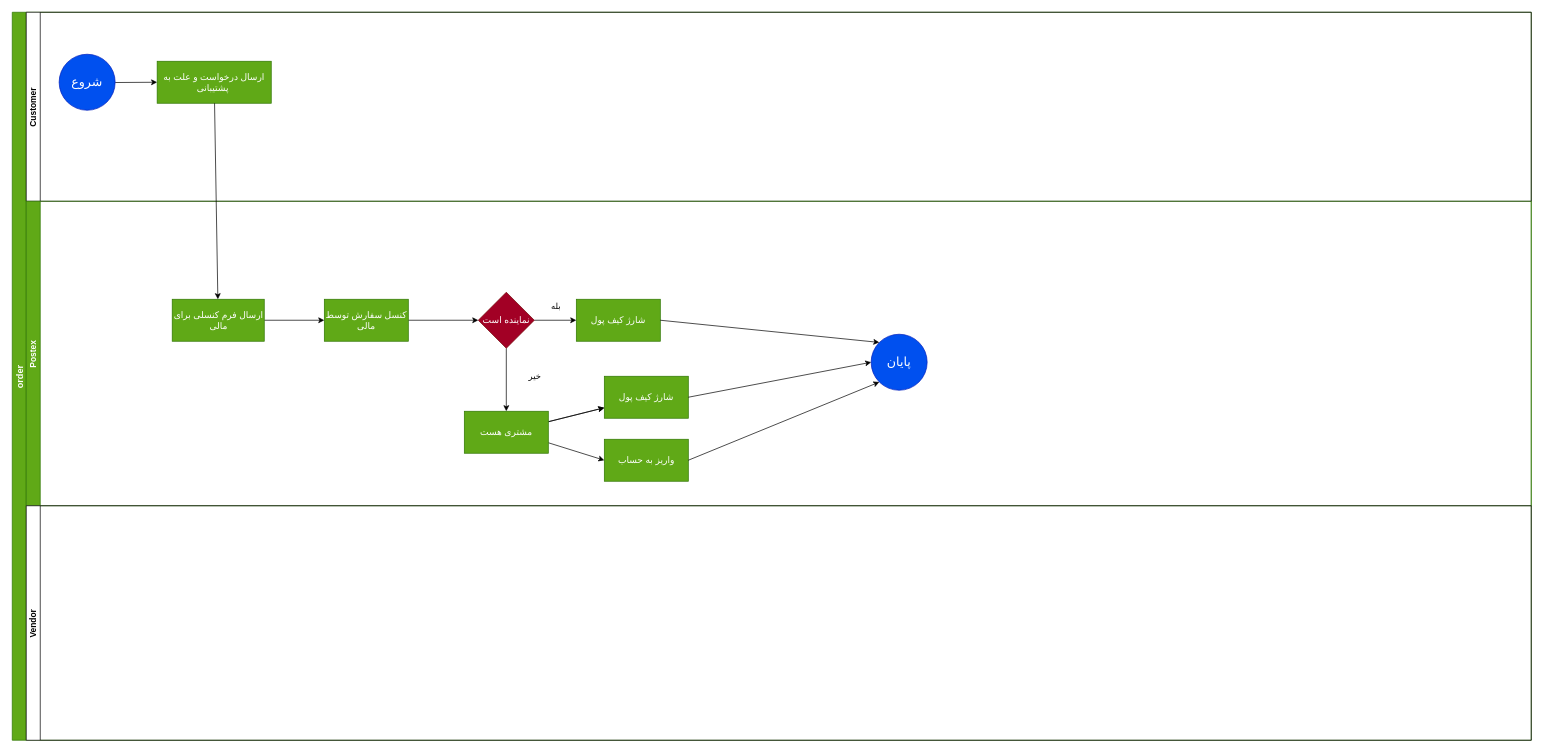
behrangaghili/Postex-Documents_Diagrams keeps this draw.io diagram as cancel order.drawio. Above is the earlier version. Source tidied: cells renumbered, new cells numbered last; positions are measured from the earlier drawing's top-left corner, leaving out a move shared by most shapes. Both pictures are drawn from the tidied source at 70%, with x=0, y=0 at pixel (12, 12).
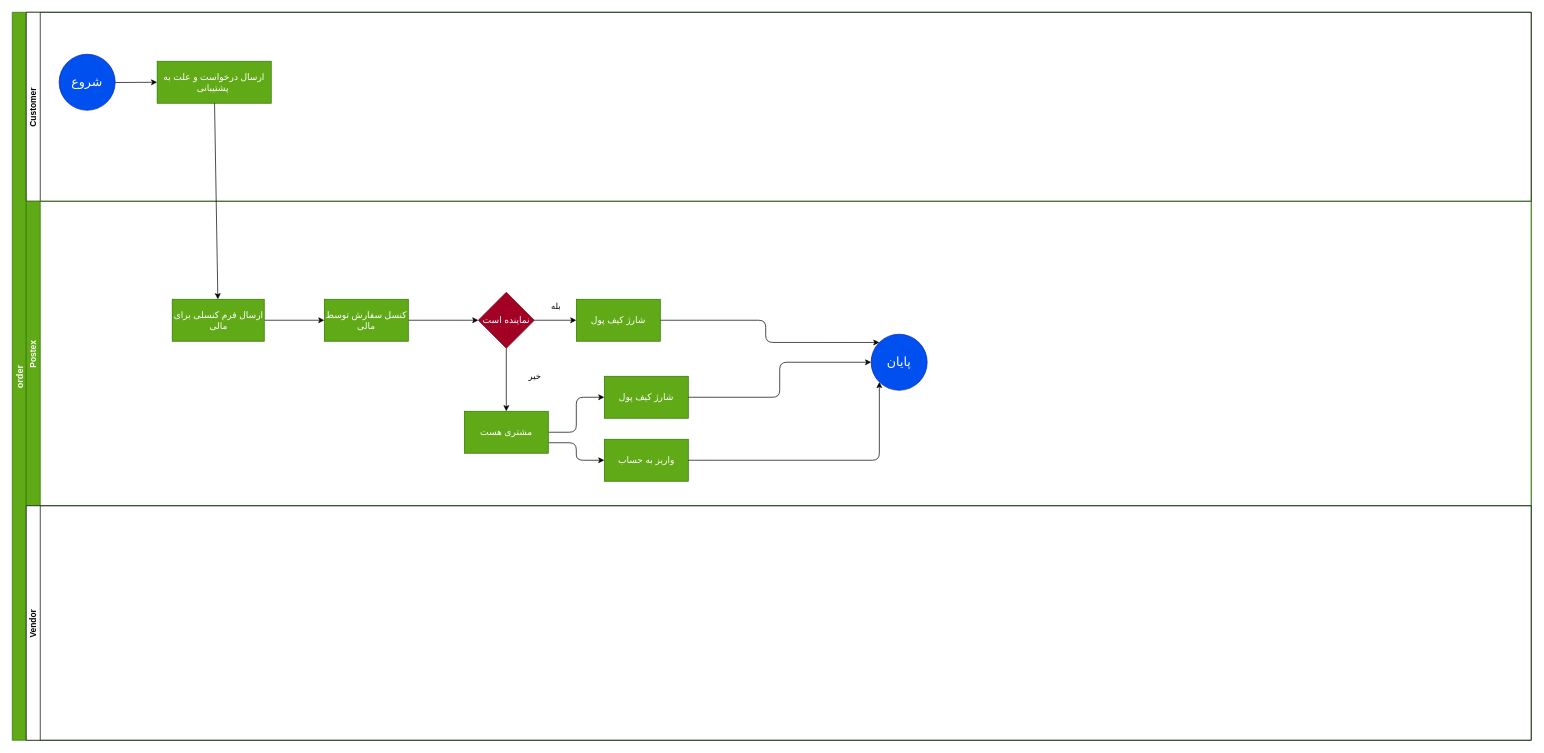
After the change.

Unchanged cells that the change refers to:
```xml
<mxCell id="7" value="Postex" style="swimlane;startSize=20;horizontal=0;fillColor=#60a917;strokeColor=#2D7600;fontColor=#ffffff;" parent="2" vertex="1">
  <mxGeometry x="20" y="270" width="2150" height="435" as="geometry" />
</mxCell>
<mxCell id="15" value="شارژ کیف پول" style="whiteSpace=wrap;html=1;fontSize=13;fontColor=#ffffff;strokeColor=#2D7600;fillColor=#60a917;" parent="7" vertex="1">
  <mxGeometry x="785.8" y="140" width="120" height="60" as="geometry" />
</mxCell>
<mxCell id="19" value="مشتری هست" style="whiteSpace=wrap;html=1;fontSize=13;fontColor=#ffffff;strokeColor=#2D7600;fillColor=#60a917;" parent="7" vertex="1">
  <mxGeometry x="625.8" y="300" width="120" height="60" as="geometry" />
</mxCell>
<mxCell id="20" value="شارژ کیف پول" style="whiteSpace=wrap;html=1;fontSize=13;fontColor=#ffffff;strokeColor=#2D7600;fillColor=#60a917;" parent="7" vertex="1">
  <mxGeometry x="825.8" y="250" width="120" height="60" as="geometry" />
</mxCell>
<mxCell id="21" value="واریز به حساب" style="whiteSpace=wrap;html=1;fontSize=13;fontColor=#ffffff;strokeColor=#2D7600;fillColor=#60a917;" parent="7" vertex="1">
  <mxGeometry x="825.8" y="340" width="120" height="60" as="geometry" />
</mxCell>
<mxCell id="26" value="&lt;font style=&quot;font-size: 18px&quot;&gt;پایان&lt;/font&gt;" style="ellipse;whiteSpace=wrap;html=1;fontSize=13;fillColor=#0050ef;strokeColor=#001DBC;fontColor=#ffffff;" parent="1" vertex="1">
  <mxGeometry x="1227" y="460" width="80" height="80" as="geometry" />
</mxCell>
```

What changed in the source:
```diff
@@
-    <mxCell id="16" style="edgeStyle=none;html=1;" parent="7" edge="1" source="19" target="20">
-      <mxGeometry relative="1" as="geometry" />
-    </mxCell>
-    <mxCell id="17" style="edgeStyle=none;html=1;" parent="7" edge="1" source="19" target="20">
+    <mxCell id="17" style="edgeStyle=orthogonalEdgeStyle;html=1;" parent="7" edge="1" source="19" target="20">
       <mxGeometry relative="1" as="geometry" />
     </mxCell>
-    <mxCell id="18" style="edgeStyle=none;html=1;exitX=1;exitY=0.75;exitDx=0;exitDy=0;entryX=0;entryY=0.5;entryDx=0;entryDy=0;" parent="7" edge="1" source="19" target="21">
+    <mxCell id="18" style="edgeStyle=orthogonalEdgeStyle;html=1;exitX=1;exitY=0.75;exitDx=0;exitDy=0;entryX=0;entryY=0.5;entryDx=0;entryDy=0;" parent="7" edge="1" source="19" target="21">
       <mxGeometry relative="1" as="geometry" />
     </mxCell>
@@
-    <mxCell id="27" style="edgeStyle=none;html=1;exitX=1;exitY=0.5;exitDx=0;exitDy=0;entryX=0;entryY=0;entryDx=0;entryDy=0;" parent="1" edge="1" source="15" target="26">
+    <mxCell id="27" style="edgeStyle=orthogonalEdgeStyle;html=1;exitX=1;exitY=0.5;exitDx=0;exitDy=0;entryX=0;entryY=0;entryDx=0;entryDy=0;" parent="1" edge="1" source="15" target="26">
       <mxGeometry relative="1" as="geometry" />
     </mxCell>
-    <mxCell id="28" style="edgeStyle=none;html=1;exitX=1;exitY=0.5;exitDx=0;exitDy=0;entryX=0;entryY=0.5;entryDx=0;entryDy=0;" parent="1" edge="1" source="20" target="26">
+    <mxCell id="28" style="edgeStyle=orthogonalEdgeStyle;html=1;exitX=1;exitY=0.5;exitDx=0;exitDy=0;entryX=0;entryY=0.5;entryDx=0;entryDy=0;" parent="1" edge="1" source="20" target="26">
       <mxGeometry relative="1" as="geometry" />
     </mxCell>
-    <mxCell id="29" style="edgeStyle=none;html=1;exitX=1;exitY=0.5;exitDx=0;exitDy=0;entryX=0;entryY=1;entryDx=0;entryDy=0;" parent="1" edge="1" source="21" target="26">
+    <mxCell id="29" style="edgeStyle=orthogonalEdgeStyle;html=1;exitX=1;exitY=0.5;exitDx=0;exitDy=0;entryX=0;entryY=1;entryDx=0;entryDy=0;" parent="1" edge="1" source="21" target="26">
       <mxGeometry relative="1" as="geometry" />
     </mxCell>
```
